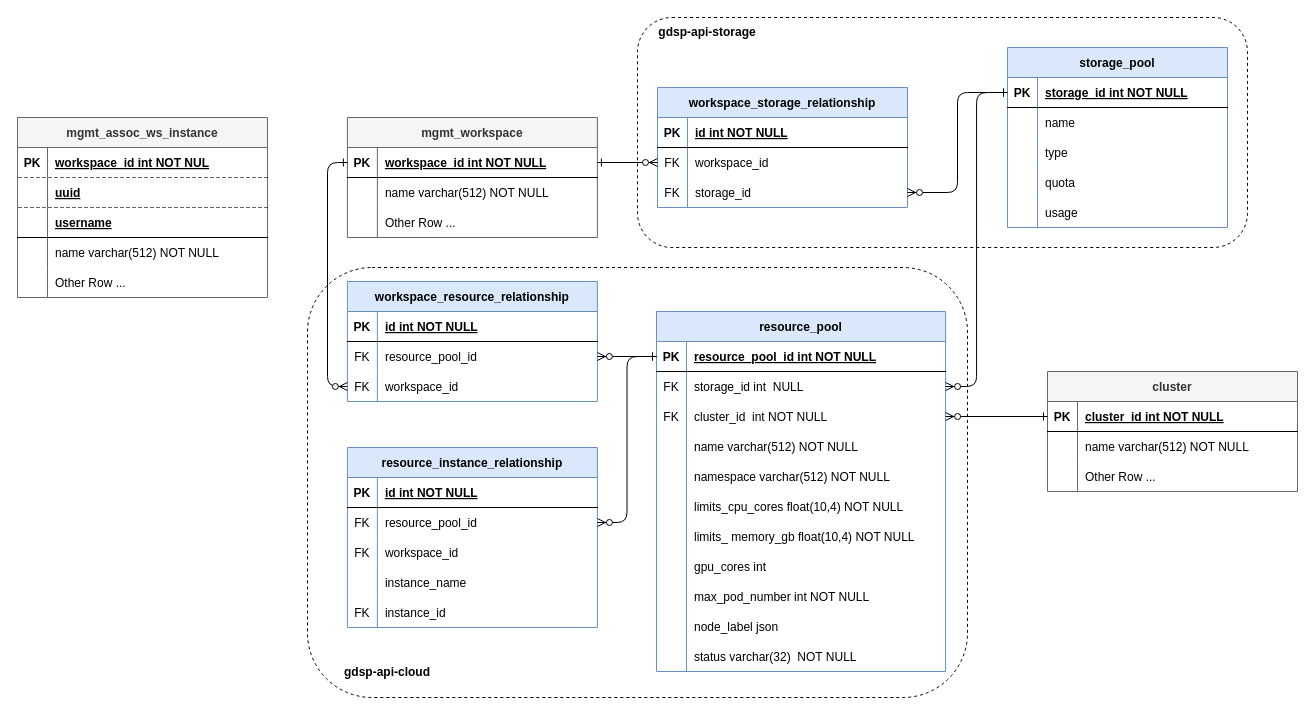
LiuJin1203/graph keeps this draw.io diagram as page "Page-9" (9 of 9) of Resource_Pool2.drawio. Above is the earlier version. Source tidied: cells renumbered, new cells numbered last; positions are measured from the earlier drawing's top-left corner, leaving out a move shared by most shapes. Both pictures are drawn from the tidied source at 100%, with x=0, y=0 at pixel (17, 17).
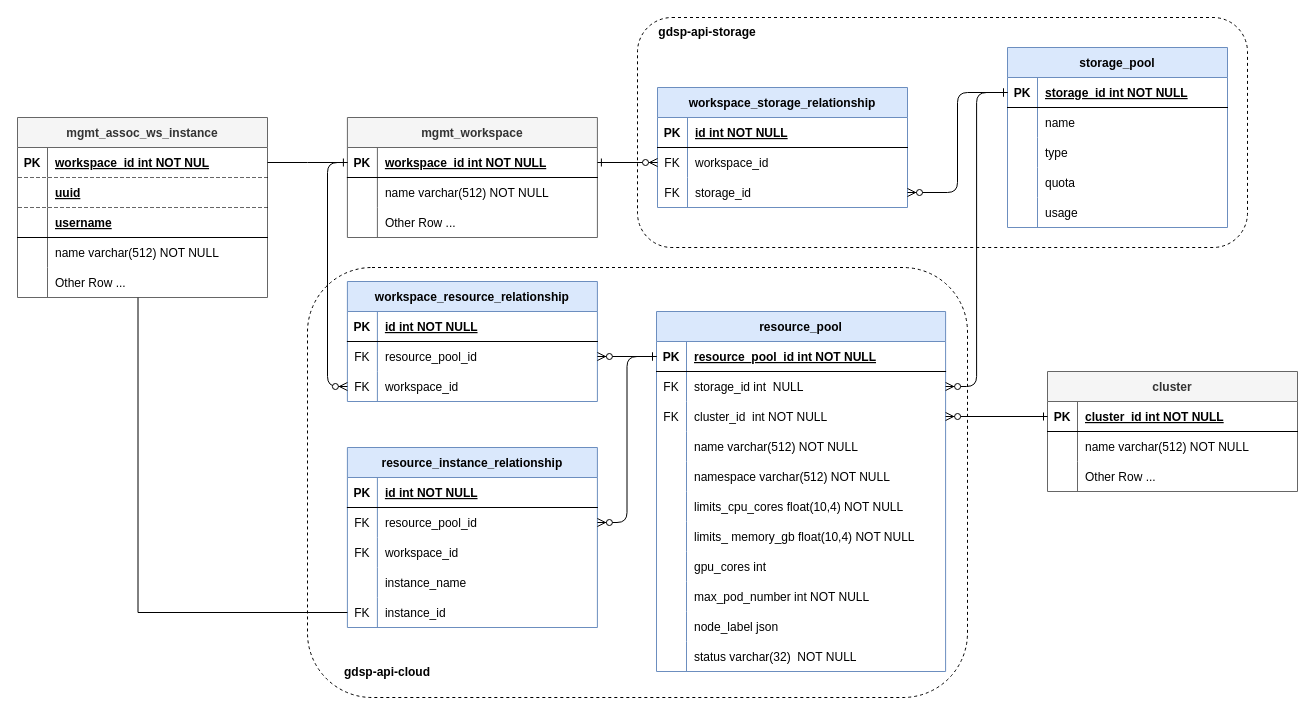
Above is the later version.

The change refers to these unchanged cells:
```xml
<mxCell id="39" style="shape=partialRectangle;fillColor=none;points=[[0,0.5],[1,0.5]];portConstraint=eastwest;top=0;left=0;right=0;bottom=1;" parent="38" vertex="1">
  <mxGeometry y="30" width="250" height="30" as="geometry" />
</mxCell>
<mxCell id="114" style="shape=partialRectangle;fillColor=none;points=[[0,0.5],[1,0.5]];portConstraint=eastwest;top=0;left=0;right=0;bottom=0;" parent="101" vertex="1">
  <mxGeometry y="150" width="250" height="30" as="geometry" />
</mxCell>
<mxCell id="120" style="shape=tableRow;horizontal=0;startSize=0;swimlaneHead=0;swimlaneBody=0;fillColor=none;points=[[0,0.5],[1,0.5]];portConstraint=eastwest;top=0;left=0;right=0;bottom=1;dashed=1;fontSize=12;strokeColor=default;opacity=60;" parent="119" vertex="1">
  <mxGeometry y="30" width="250" height="30" as="geometry" />
</mxCell>
<mxCell id="132" style="shape=tableRow;horizontal=0;startSize=0;swimlaneHead=0;swimlaneBody=0;fillColor=none;points=[[0,0.5],[1,0.5]];portConstraint=eastwest;top=0;left=0;right=0;bottom=0;" parent="119" vertex="1">
  <mxGeometry y="150" width="250" height="30" as="geometry" />
</mxCell>
```

Change to the diagram source:
```diff
@@
+    <mxCell id="135" style="edgeStyle=elbowEdgeStyle;rounded=0;jettySize=auto;elbow=vertical;html=1;exitX=1;exitY=0.5;exitDx=0;exitDy=0;fontSize=12;endArrow=none;endFill=0;strokeColor=#000000;" parent="1" edge="1" source="120" target="39">
+      <mxGeometry relative="1" as="geometry" />
+    </mxCell>
+    <mxCell id="136" style="edgeStyle=orthogonalEdgeStyle;rounded=0;jettySize=auto;html=1;exitX=0;exitY=0.5;exitDx=0;exitDy=0;fontSize=12;endArrow=none;endFill=0;strokeColor=#000000;elbow=vertical;entryX=0.482;entryY=1.006;entryDx=0;entryDy=0;entryPerimeter=0;" parent="1" edge="1" source="114" target="132">
+      <mxGeometry relative="1" as="geometry" />
+    </mxCell>
```
